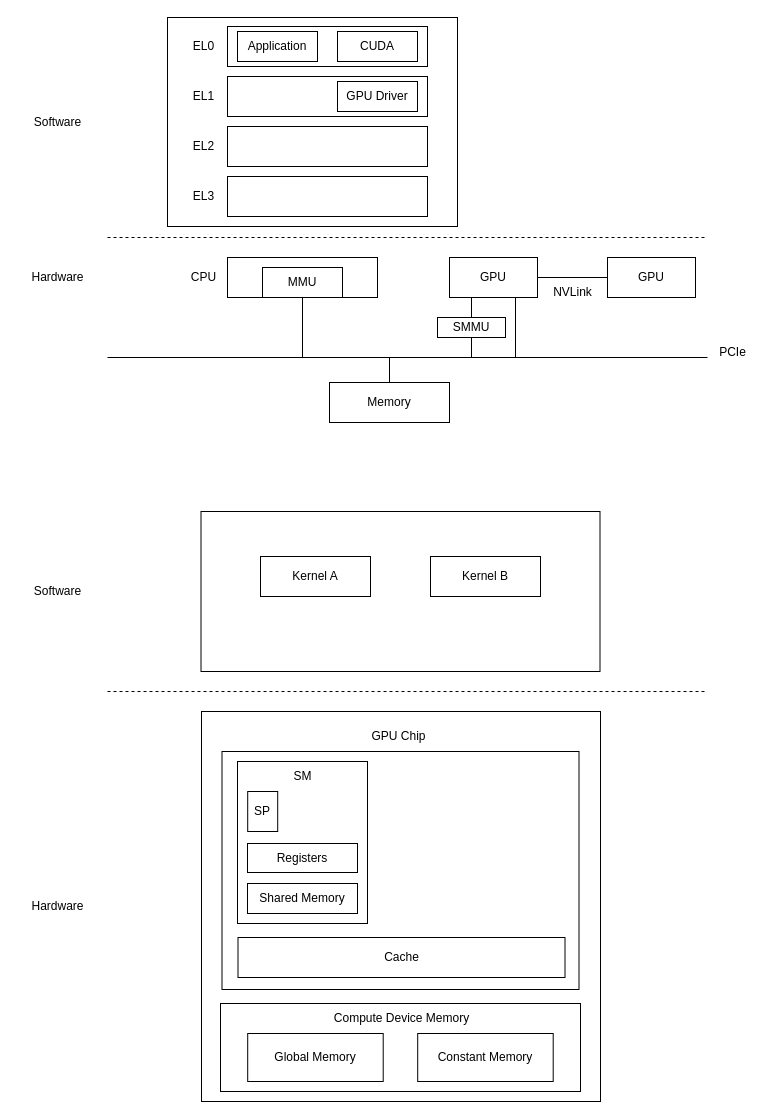
Earlier version of the draw.io diagram gpu.drawio (qianfei11/draw.io). Source tidied: cells renumbered, new cells numbered last; positions are measured from the earlier drawing's top-left corner, leaving out a move shared by most shapes. Both pictures are drawn from the tidied source at 100%, with x=0, y=0 at pixel (17, 17).
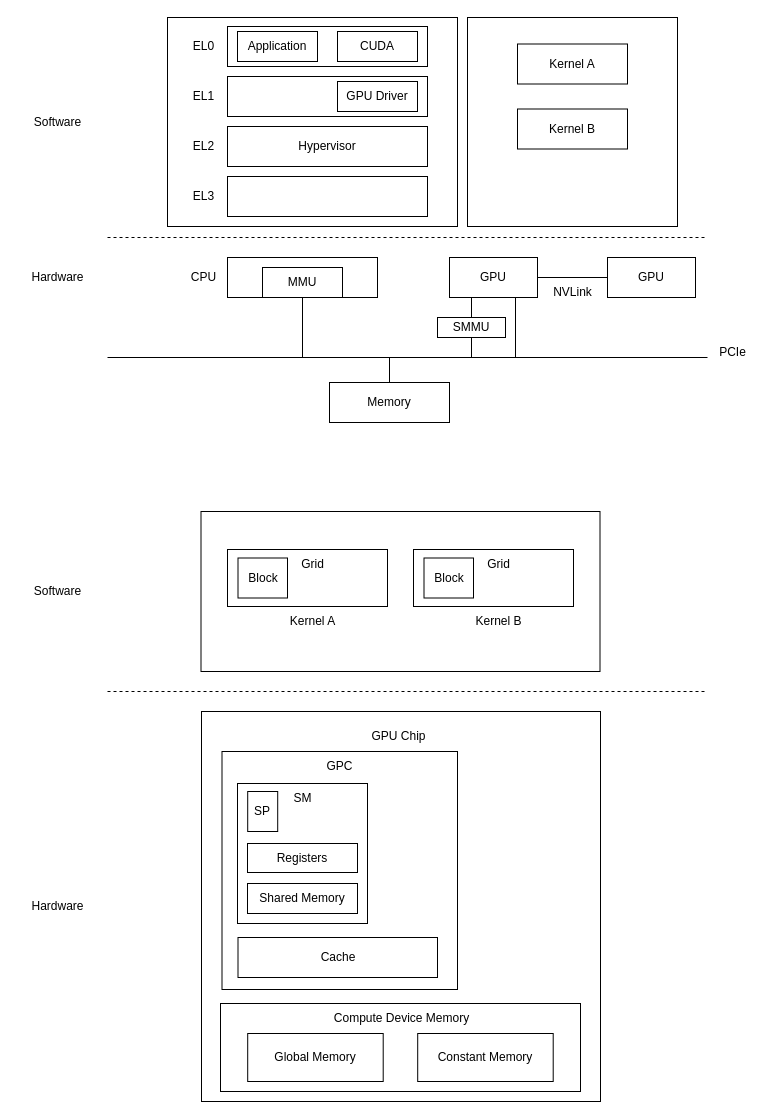
The same diagram, later.

Change to the diagram source:
```diff
@@
+    <mxCell id="52" style="rounded=0;whiteSpace=wrap;html=1;" parent="1" vertex="1">
+      <mxGeometry x="450" width="210" height="209" as="geometry" />
+    </mxCell>
@@
-    <mxCell id="18" style="rounded=0;whiteSpace=wrap;html=1;" parent="1" vertex="1">
+    <mxCell id="18" value="Hypervisor" style="rounded=0;whiteSpace=wrap;html=1;" parent="1" vertex="1">
       <mxGeometry x="210" y="109" width="200" height="40" as="geometry" />
     </mxCell>
@@
     <mxCell id="34" style="rounded=0;whiteSpace=wrap;html=1;" parent="1" vertex="1">
-      <mxGeometry x="204.5" y="734" width="357" height="238" as="geometry" />
+      <mxGeometry x="204.5" y="734" width="235.5" height="238" as="geometry" />
     </mxCell>
@@
     <mxCell id="36" value="Cache" style="rounded=0;whiteSpace=wrap;html=1;" parent="1" vertex="1">
-      <mxGeometry x="220.5" y="920" width="327" height="40" as="geometry" />
+      <mxGeometry x="220.5" y="920" width="199.5" height="40" as="geometry" />
     </mxCell>
@@
-    <mxCell id="42" value="Kernel A" style="rounded=0;whiteSpace=wrap;html=1;" parent="1" vertex="1">
-      <mxGeometry x="243" y="539" width="110" height="40" as="geometry" />
-    </mxCell>
-    <mxCell id="43" value="Kernel B" style="rounded=0;whiteSpace=wrap;html=1;" parent="1" vertex="1">
-      <mxGeometry x="413" y="539" width="110" height="40" as="geometry" />
-    </mxCell>
@@
     <mxCell id="47" style="rounded=0;whiteSpace=wrap;html=1;" parent="1" vertex="1">
-      <mxGeometry x="220" y="744" width="130" height="162" as="geometry" />
+      <mxGeometry x="220" y="766" width="130" height="140" as="geometry" />
     </mxCell>
     <mxCell id="48" value="SM" style="text;html=1;align=center;verticalAlign=middle;strokeColor=none;fillColor=none;" parent="1" vertex="1">
-      <mxGeometry x="265" y="744" width="40" height="30" as="geometry" />
+      <mxGeometry x="265" y="766" width="40" height="30" as="geometry" />
     </mxCell>
@@
+    <mxCell id="42" value="Kernel A" style="rounded=0;whiteSpace=wrap;html=1;" parent="1" vertex="1">
+      <mxGeometry x="500" y="26.5" width="110" height="40" as="geometry" />
+    </mxCell>
+    <mxCell id="43" value="Kernel B" style="rounded=0;whiteSpace=wrap;html=1;" parent="1" vertex="1">
+      <mxGeometry x="500" y="91.5" width="110" height="40" as="geometry" />
+    </mxCell>
+    <mxCell id="53" value="GPC" style="text;html=1;align=center;verticalAlign=middle;strokeColor=none;fillColor=none;" parent="1" vertex="1">
+      <mxGeometry x="297.2" y="734" width="50" height="30" as="geometry" />
+    </mxCell>
+    <mxCell id="54" style="rounded=0;whiteSpace=wrap;html=1;" parent="1" vertex="1">
+      <mxGeometry x="210" y="532" width="160" height="57" as="geometry" />
+    </mxCell>
+    <mxCell id="55" value="Block" style="rounded=0;whiteSpace=wrap;html=1;" parent="1" vertex="1">
+      <mxGeometry x="220.5" y="540.5" width="49.5" height="40" as="geometry" />
+    </mxCell>
+    <mxCell id="56" value="Grid" style="text;html=1;align=center;verticalAlign=middle;strokeColor=none;fillColor=none;" parent="1" vertex="1">
+      <mxGeometry x="270" y="532" width="50" height="30" as="geometry" />
+    </mxCell>
+    <mxCell id="57" value="Kernel A" style="text;html=1;align=center;verticalAlign=middle;strokeColor=none;fillColor=none;" parent="1" vertex="1">
+      <mxGeometry x="260" y="589" width="70" height="30" as="geometry" />
+    </mxCell>
+    <mxCell id="58" style="rounded=0;whiteSpace=wrap;html=1;" parent="1" vertex="1">
+      <mxGeometry x="396" y="532" width="160" height="57" as="geometry" />
+    </mxCell>
+    <mxCell id="59" value="Block" style="rounded=0;whiteSpace=wrap;html=1;" parent="1" vertex="1">
+      <mxGeometry x="406.5" y="540.5" width="49.5" height="40" as="geometry" />
+    </mxCell>
+    <mxCell id="60" value="Grid" style="text;html=1;align=center;verticalAlign=middle;strokeColor=none;fillColor=none;" parent="1" vertex="1">
+      <mxGeometry x="456" y="532" width="50" height="30" as="geometry" />
+    </mxCell>
+    <mxCell id="61" value="Kernel B" style="text;html=1;align=center;verticalAlign=middle;strokeColor=none;fillColor=none;" parent="1" vertex="1">
+      <mxGeometry x="446" y="589" width="70" height="30" as="geometry" />
+    </mxCell>
```
